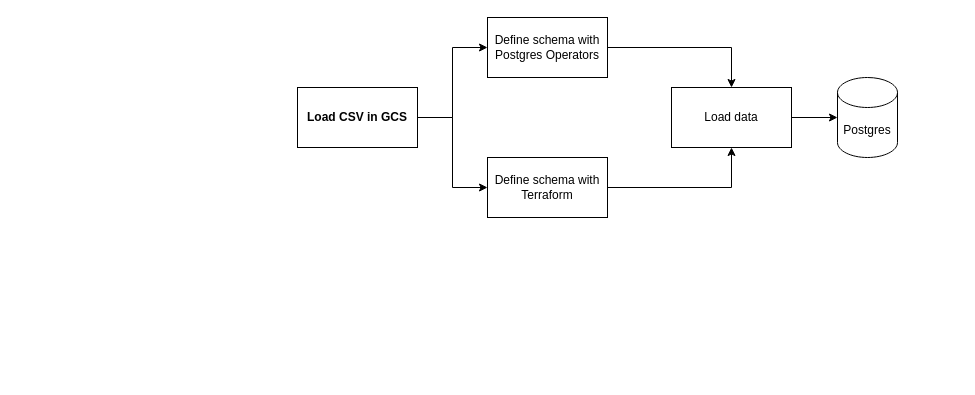
Before: week-02/load_workflow.drawio in carloslme/wizeline-bootcamp, a draw.io diagram. Source tidied: cells renumbered, new cells numbered last; positions are measured from the earlier drawing's top-left corner, leaving out a move shared by most shapes. Both pictures are drawn from the tidied source at 100%, with x=0, y=0 at pixel (297, 17).
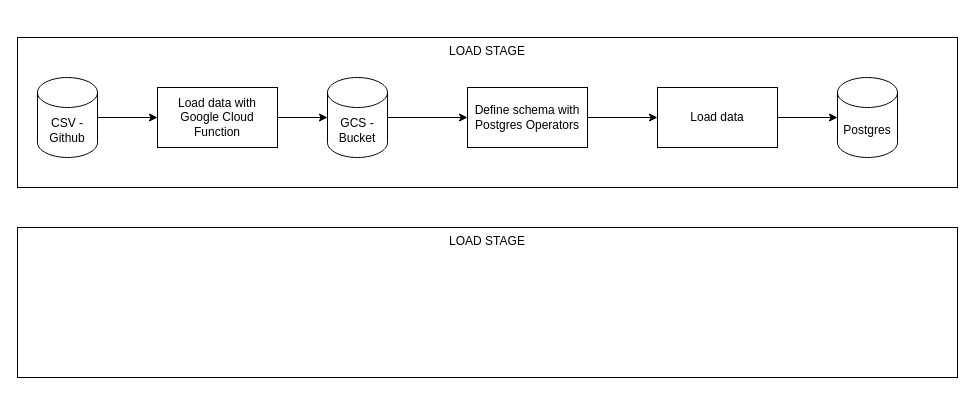
Above is the later version.

Commit message:
feat: change schema for GCS source

What changed in the source:
```diff
@@
 <mxGraphModel>
   <root>
     <mxCell id="0" />
     <mxCell id="1" parent="0" />
+    <mxCell id="12" value="LOAD STAGE" style="rounded=0;whiteSpace=wrap;html=1;verticalAlign=top;" parent="1" vertex="1">
+      <mxGeometry x="-280" y="20" width="940" height="150" as="geometry" />
+    </mxCell>
     <mxCell id="2" style="edgeStyle=orthogonalEdgeStyle;rounded=0;jettySize=auto;html=1;" parent="1" edge="1" source="3" target="6">
       <mxGeometry relative="1" as="geometry" />
     </mxCell>
     <mxCell id="3" value="Define schema with Postgres Operators" style="rounded=0;whiteSpace=wrap;html=1;" parent="1" vertex="1">
-      <mxGeometry x="190" width="120" height="60" as="geometry" />
+      <mxGeometry x="170" y="70" width="120" height="60" as="geometry" />
     </mxCell>
     <mxCell id="4" value="Postgres" style="shape=cylinder3;whiteSpace=wrap;html=1;boundedLbl=1;backgroundOutline=1;size=15;" parent="1" vertex="1">
       <mxGeometry x="540" y="60" width="60" height="80" as="geometry" />
     </mxCell>
     <mxCell id="5" style="edgeStyle=orthogonalEdgeStyle;rounded=0;jettySize=auto;html=1;exitX=1;exitY=0.5;exitDx=0;exitDy=0;entryX=0;entryY=0.5;entryDx=0;entryDy=0;entryPerimeter=0;" parent="1" edge="1" source="6" target="4">
       <mxGeometry relative="1" as="geometry" />
     </mxCell>
     <mxCell id="6" value="Load data" style="rounded=0;whiteSpace=wrap;html=1;" parent="1" vertex="1">
-      <mxGeometry x="374" y="70" width="120" height="60" as="geometry" />
+      <mxGeometry x="360" y="70" width="120" height="60" as="geometry" />
     </mxCell>
-    <mxCell id="7" style="edgeStyle=orthogonalEdgeStyle;rounded=0;jettySize=auto;html=1;entryX=0;entryY=0.5;entryDx=0;entryDy=0;" parent="1" edge="1" source="9" target="3">
+    <mxCell id="7" style="edgeStyle=orthogonalEdgeStyle;rounded=0;jettySize=auto;html=1;entryX=0;entryY=0.5;entryDx=0;entryDy=0;exitX=1;exitY=0.5;exitDx=0;exitDy=0;exitPerimeter=0;" parent="1" edge="1" source="15" target="3">
       <mxGeometry relative="1" as="geometry" />
     </mxCell>
-    <mxCell id="8" style="edgeStyle=orthogonalEdgeStyle;rounded=0;jettySize=auto;html=1;entryX=0;entryY=0.5;entryDx=0;entryDy=0;" parent="1" edge="1" source="9" target="11">
-      <mxGeometry relative="1" as="geometry" />
-    </mxCell>
-    <mxCell id="9" value="Load CSV in GCS" style="rounded=0;whiteSpace=wrap;html=1;fontStyle=1;" parent="1" vertex="1">
-      <mxGeometry y="70" width="120" height="60" as="geometry" />
-    </mxCell>
-    <mxCell id="10" style="edgeStyle=orthogonalEdgeStyle;rounded=0;jettySize=auto;html=1;entryX=0.5;entryY=1;entryDx=0;entryDy=0;" parent="1" edge="1" source="11" target="6">
-      <mxGeometry relative="1" as="geometry" />
-    </mxCell>
-    <mxCell id="11" value="Define schema with Terraform" style="rounded=0;whiteSpace=wrap;html=1;" parent="1" vertex="1">
-      <mxGeometry x="190" y="140" width="120" height="60" as="geometry" />
-    </mxCell>
+    <mxCell id="13" style="edgeStyle=orthogonalEdgeStyle;rounded=0;jettySize=auto;html=1;entryX=0;entryY=0.5;entryDx=0;entryDy=0;" parent="1" edge="1" source="14" target="17">
+      <mxGeometry relative="1" as="geometry" />
+    </mxCell>
+    <mxCell id="14" value="CSV - Github" style="shape=cylinder3;whiteSpace=wrap;html=1;boundedLbl=1;backgroundOutline=1;size=15;" parent="1" vertex="1">
+      <mxGeometry x="-260" y="60" width="60" height="80" as="geometry" />
+    </mxCell>
+    <mxCell id="15" value="GCS - Bucket" style="shape=cylinder3;whiteSpace=wrap;html=1;boundedLbl=1;backgroundOutline=1;size=15;" parent="1" vertex="1">
+      <mxGeometry x="30" y="60" width="60" height="80" as="geometry" />
+    </mxCell>
+    <mxCell id="16" style="edgeStyle=orthogonalEdgeStyle;rounded=0;jettySize=auto;html=1;entryX=0;entryY=0.5;entryDx=0;entryDy=0;entryPerimeter=0;" parent="1" edge="1" source="17" target="15">
+      <mxGeometry relative="1" as="geometry" />
+    </mxCell>
+    <mxCell id="17" value="Load data with&lt;br&gt;Google Cloud Function" style="rounded=0;whiteSpace=wrap;html=1;" parent="1" vertex="1">
+      <mxGeometry x="-140" y="70" width="120" height="60" as="geometry" />
+    </mxCell>
+    <mxCell id="18" value="LOAD STAGE" style="rounded=0;whiteSpace=wrap;html=1;verticalAlign=top;" parent="1" vertex="1">
+      <mxGeometry x="-280" y="210" width="940" height="150" as="geometry" />
+    </mxCell>
   </root>
 </mxGraphModel>
```
